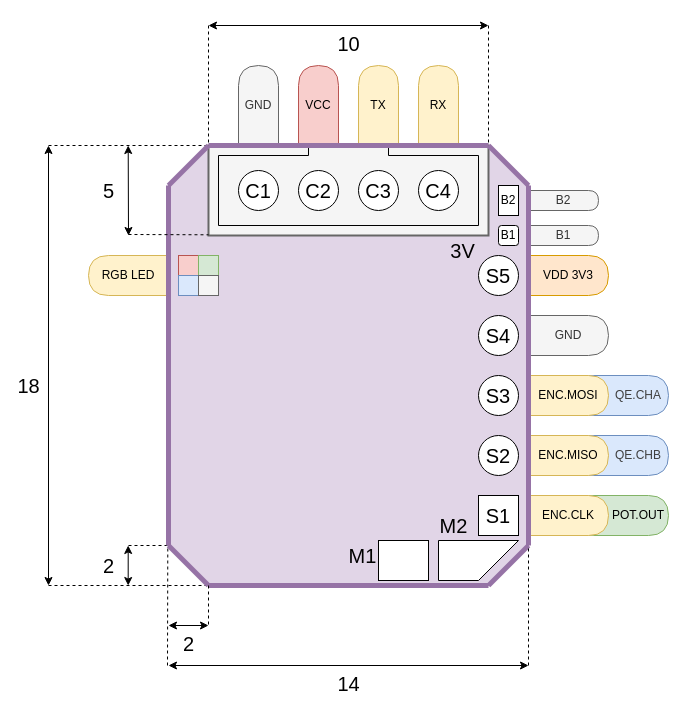
This is pcb4.drawio from TVavrinec/Servio-PCB, a draw.io file, before an edit. Source tidied: cells renumbered, new cells numbered last; positions are measured from the earlier drawing's top-left corner, leaving out a move shared by most shapes. Both pictures are drawn from the tidied source at 100%, with x=0, y=0 at pixel (48, 25).
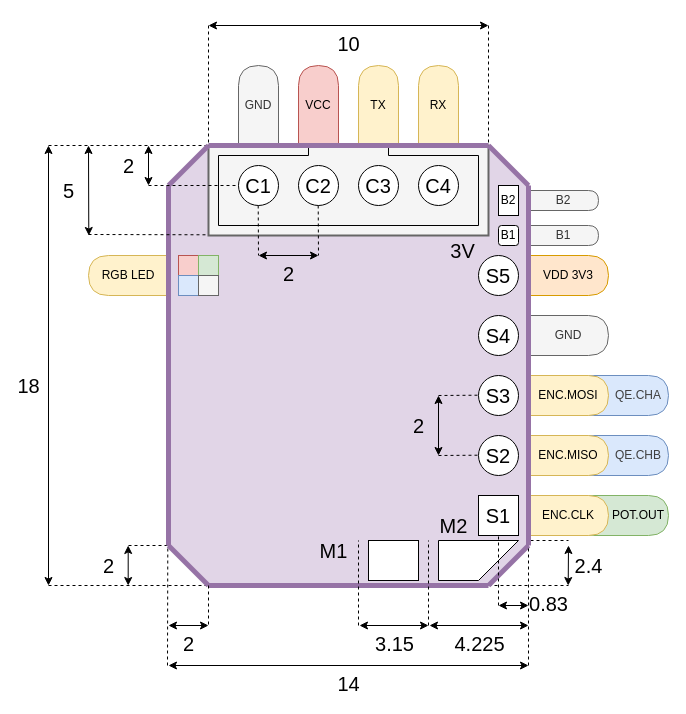
The same diagram, later.

What changed in the source:
```diff
@@
+    <mxCell id="69" style="endArrow=none;html=1;dashed=1;" parent="1" edge="1">
+      <mxGeometry relative="1" as="geometry">
+        <mxPoint x="440" y="560" as="sourcePoint" />
+        <mxPoint x="520" y="560" as="targetPoint" />
+      </mxGeometry>
+    </mxCell>
+    <mxCell id="70" style="endArrow=none;html=1;dashed=1;" parent="1" edge="1">
+      <mxGeometry relative="1" as="geometry">
+        <mxPoint x="470" y="515" as="sourcePoint" />
+        <mxPoint x="520" y="515" as="targetPoint" />
+      </mxGeometry>
+    </mxCell>
@@
     <mxCell id="39" value="C3" style="ellipse;whiteSpace=wrap;html=1;fontSize=20;" parent="1" vertex="1">
-      <mxGeometry x="310" y="145" width="40" height="40" as="geometry" />
+      <mxGeometry x="310" y="140" width="40" height="40" as="geometry" />
     </mxCell>
     <mxCell id="40" value="C2" style="ellipse;whiteSpace=wrap;html=1;fontSize=20;" parent="1" vertex="1">
-      <mxGeometry x="250" y="145" width="40" height="40" as="geometry" />
+      <mxGeometry x="250" y="140" width="40" height="40" as="geometry" />
     </mxCell>
     <mxCell id="41" value="C4" style="ellipse;whiteSpace=wrap;html=1;fontSize=20;" parent="1" vertex="1">
-      <mxGeometry x="370" y="145" width="40" height="40" as="geometry" />
+      <mxGeometry x="370" y="140" width="40" height="40" as="geometry" />
     </mxCell>
     <mxCell id="42" value="C1" style="ellipse;whiteSpace=wrap;html=1;fontSize=20;" parent="1" vertex="1">
-      <mxGeometry x="190" y="145" width="40" height="40" as="geometry" />
+      <mxGeometry x="190" y="140" width="40" height="40" as="geometry" />
     </mxCell>
@@
     <mxCell id="54" style="rounded=0;whiteSpace=wrap;html=1;" parent="1" vertex="1">
-      <mxGeometry x="330" y="515" width="50" height="40" as="geometry" />
+      <mxGeometry x="320" y="515" width="50" height="40" as="geometry" />
     </mxCell>
@@
     <mxCell id="56" value="M1" style="text;html=1;align=center;verticalAlign=middle;whiteSpace=wrap;rounded=0;fontSize=20;" parent="1" vertex="1">
-      <mxGeometry x="299" y="515" width="31" height="30" as="geometry" />
+      <mxGeometry x="270" y="510" width="31" height="30" as="geometry" />
     </mxCell>
@@
     <mxCell id="66" style="endArrow=none;html=1;dashed=1;" parent="1" edge="1">
       <mxGeometry relative="1" as="geometry">
-        <mxPoint x="80" y="209" as="sourcePoint" />
+        <mxPoint x="40" y="209" as="sourcePoint" />
         <mxPoint x="160" y="209.3" as="targetPoint" />
       </mxGeometry>
     </mxCell>
     <mxCell id="67" value="5" style="endArrow=classic;startArrow=classic;html=1;fontSize=20;verticalAlign=middle;" parent="1" edge="1">
       <mxGeometry y="-20" relative="1" as="geometry">
-        <mxPoint x="79.7" y="120" as="sourcePoint" />
-        <mxPoint x="80" y="210" as="targetPoint" />
+        <mxPoint x="40" y="120" as="sourcePoint" />
+        <mxPoint x="40.3" y="210" as="targetPoint" />
       </mxGeometry>
     </mxCell>
@@
+    <mxCell id="71" style="endArrow=none;html=1;dashed=1;" parent="1" edge="1">
+      <mxGeometry relative="1" as="geometry">
+        <mxPoint x="100" y="160" as="sourcePoint" />
+        <mxPoint x="190" y="160" as="targetPoint" />
+      </mxGeometry>
+    </mxCell>
+    <mxCell id="72" value="2" style="endArrow=classic;startArrow=classic;html=1;fontSize=20;verticalAlign=middle;" parent="1" edge="1">
+      <mxGeometry y="-20" relative="1" as="geometry">
+        <mxPoint x="100" y="120" as="sourcePoint" />
+        <mxPoint x="100" y="160" as="targetPoint" />
+      </mxGeometry>
+    </mxCell>
+    <mxCell id="73" style="endArrow=none;html=1;dashed=1;" parent="1" edge="1">
+      <mxGeometry relative="1" as="geometry">
+        <mxPoint x="209.7" y="180" as="sourcePoint" />
+        <mxPoint x="210" y="230" as="targetPoint" />
+      </mxGeometry>
+    </mxCell>
+    <mxCell id="74" style="endArrow=none;html=1;dashed=1;" parent="1" edge="1">
+      <mxGeometry relative="1" as="geometry">
+        <mxPoint x="269.7" y="180" as="sourcePoint" />
+        <mxPoint x="270" y="230" as="targetPoint" />
+      </mxGeometry>
+    </mxCell>
+    <mxCell id="75" value="2" style="endArrow=classic;startArrow=classic;html=1;fontSize=20;verticalAlign=top;labelBackgroundColor=none;" parent="1" edge="1">
+      <mxGeometry relative="1" as="geometry">
+        <mxPoint x="210" y="230" as="sourcePoint" />
+        <mxPoint x="270" y="230" as="targetPoint" />
+      </mxGeometry>
+    </mxCell>
+    <mxCell id="76" style="endArrow=none;html=1;dashed=1;" parent="1" edge="1">
+      <mxGeometry relative="1" as="geometry">
+        <mxPoint x="450" y="580" as="sourcePoint" />
+        <mxPoint x="450" y="510" as="targetPoint" />
+      </mxGeometry>
+    </mxCell>
+    <mxCell id="77" value="0.83" style="endArrow=classic;startArrow=classic;html=1;fontSize=20;verticalAlign=top;" parent="1" edge="1">
+      <mxGeometry x="1" y="28" relative="1" as="geometry">
+        <mxPoint x="450" y="580" as="sourcePoint" />
+        <mxPoint x="480" y="580" as="targetPoint" />
+        <mxPoint x="20" y="8" as="offset" />
+      </mxGeometry>
+    </mxCell>
+    <mxCell id="78" style="endArrow=none;html=1;dashed=1;" parent="1" edge="1">
+      <mxGeometry relative="1" as="geometry">
+        <mxPoint x="390" y="370" as="sourcePoint" />
+        <mxPoint x="430" y="369.7" as="targetPoint" />
+      </mxGeometry>
+    </mxCell>
+    <mxCell id="79" value="2" style="endArrow=classic;startArrow=classic;html=1;fontSize=20;verticalAlign=middle;labelBackgroundColor=none;" parent="1" edge="1">
+      <mxGeometry y="-20" relative="1" as="geometry">
+        <mxPoint x="390" y="370" as="sourcePoint" />
+        <mxPoint x="390" y="430" as="targetPoint" />
+      </mxGeometry>
+    </mxCell>
+    <mxCell id="80" style="endArrow=none;html=1;dashed=1;" parent="1" edge="1">
+      <mxGeometry relative="1" as="geometry">
+        <mxPoint x="390" y="430" as="sourcePoint" />
+        <mxPoint x="430" y="429.7" as="targetPoint" />
+      </mxGeometry>
+    </mxCell>
+    <mxCell id="81" style="endArrow=none;html=1;dashed=1;" parent="1" edge="1">
+      <mxGeometry relative="1" as="geometry">
+        <mxPoint x="380" y="600" as="sourcePoint" />
+        <mxPoint x="380" y="515" as="targetPoint" />
+      </mxGeometry>
+    </mxCell>
+    <mxCell id="82" value="4.225" style="endArrow=classic;startArrow=classic;html=1;fontSize=20;verticalAlign=top;" parent="1" edge="1">
+      <mxGeometry relative="1" as="geometry">
+        <mxPoint x="381" y="600" as="sourcePoint" />
+        <mxPoint x="480" y="600" as="targetPoint" />
+      </mxGeometry>
+    </mxCell>
+    <mxCell id="83" style="endArrow=none;html=1;dashed=1;" parent="1" edge="1">
+      <mxGeometry relative="1" as="geometry">
+        <mxPoint x="310" y="600" as="sourcePoint" />
+        <mxPoint x="310" y="515" as="targetPoint" />
+      </mxGeometry>
+    </mxCell>
+    <mxCell id="84" value="3.15" style="endArrow=classic;startArrow=classic;html=1;fontSize=20;verticalAlign=top;" parent="1" edge="1">
+      <mxGeometry relative="1" as="geometry">
+        <mxPoint x="311" y="600" as="sourcePoint" />
+        <mxPoint x="380" y="600" as="targetPoint" />
+      </mxGeometry>
+    </mxCell>
+    <mxCell id="85" value="2.4" style="endArrow=classic;startArrow=classic;html=1;fontSize=20;verticalAlign=middle;" parent="1" edge="1">
+      <mxGeometry x="-0.01" y="20" relative="1" as="geometry">
+        <mxPoint x="520" y="520" as="sourcePoint" />
+        <mxPoint x="519.7" y="560" as="targetPoint" />
+      </mxGeometry>
+    </mxCell>
```
